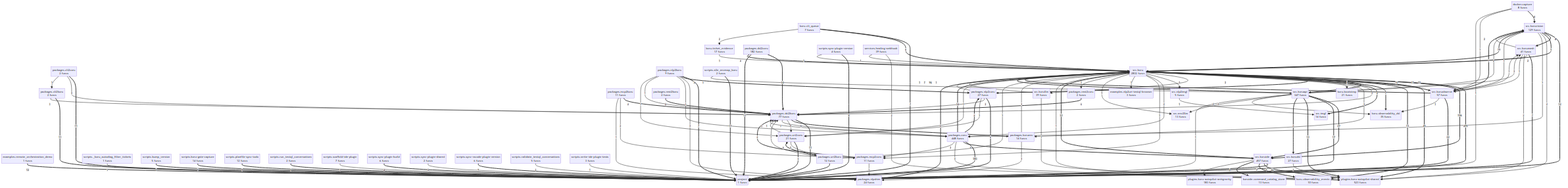
The Mermaid diagram project/compact_flow.png in semcod/koru, before a commit. Its source is kept beside it as project/compact_flow.mmd.
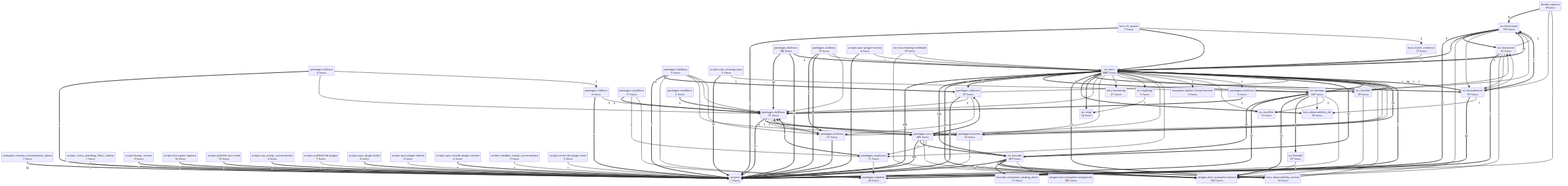
Above is the later version.

What changed in the source:
```diff
@@ -8,9 +8,9 @@
     koru__observability_events["koru.observability_events<br/>10 funcs"]
     koru__ticket_evidence["koru.ticket_evidence<br/>17 funcs"]
     koruide__command_catalog_store["koruide.command_catalog_store<br/>13 funcs"]
-    packages__cli2coru["packages.cli2coru<br/>2 funcs"]
-    packages__cli2koru["packages.cli2koru<br/>2 funcs"]
-    packages__coru["packages.coru<br/>448 funcs"]
+    packages__cli2coru["packages.cli2coru<br/>6 funcs"]
+    packages__cli2koru["packages.cli2koru<br/>6 funcs"]
+    packages__coru["packages.coru<br/>455 funcs"]
     packages__dsl2coru["packages.dsl2coru<br/>182 funcs"]
     packages__dsl2koru["packages.dsl2koru<br/>77 funcs"]
     packages__koruenv["packages.koruenv<br/>14 funcs"]
@@ -42,10 +42,10 @@
     services__healing_webhook["services.healing-webhook<br/>39 funcs"]
     src__env2llm["src.env2llm<br/>13 funcs"]
     src__imgl["src.imgl<br/>14 funcs"]
-    src__koru["src.koru<br/>2832 funcs"]
+    src__koru["src.koru<br/>2847 funcs"]
     src__koruapi["src.koruapi<br/>347 funcs"]
     src__korudsl["src.korudsl<br/>27 funcs"]
-    src__koruide["src.koruide<br/>457 funcs"]
+    src__koruide["src.koruide<br/>459 funcs"]
     src__korullm["src.korullm<br/>39 funcs"]
     src__korumesh["src.korumesh<br/>41 funcs"]
     src__koruobserve["src.koruobserve<br/>57 funcs"]
@@ -72,13 +72,14 @@
     examples__remote_orchestration_demo ==>|12| project
     src__koruvision ==>|12| project
     packages__dsl2koru ==>|11| project
-    packages__cli2koru ==>|11| project
     packages__dsl2coru ==>|11| project
-    packages__cli2coru ==>|11| project
     src__koru ==>|10| src__koruobserve
     src__koruide ==>|9| plugins__koru_autopilot_shared
     scripts__planfile_sync_todo ==>|9| project
     scripts__sync_vscode_plugin_version ==>|9| project
+    packages__cli2koru ==>|8| project
+    packages__cli2coru ==>|8| project
+    packages__uri2koru ==>|8| packages__uri2coru
     src__koruvision ==>|8| src__korumesh
     scripts__sync_plugin_version ==>|8| project
     packages__nlp2koru ==>|7| project
@@ -92,7 +93,6 @@
     packages__uri2coru ==>|6| project
     packages__nlpshim ==>|6| src__koru
     packages__uri2koru ==>|6| project
-    packages__uri2koru ==>|6| packages__uri2coru
     packages__nlp2coru ==>|6| project
     packages__coru ==>|6| src__koruide
     packages__rest2coru ==>|6| packages__dsl2koru
@@ -130,7 +130,6 @@
     scripts__sync_plugin_shared -->|3| project
     scripts__scaffold_ide_plugin -->|3| project
     scripts__validate_testql_conversations -->|3| project
-    packages__uri2coru -->|2| packages__uri2koru
     packages__mcp2koru -->|2| packages__mcp2coru
     packages__nlp2coru -->|2| packages__dsl2koru
     services__healing_webhook -->|2| plugins__koru_autopilot_shared
@@ -144,6 +143,7 @@
     src__koru -->|2| packages__coru
     packages__dsl2koru -->|1| packages__uri2coru
     packages__dsl2koru -->|1| packages__coru
+    packages__uri2coru -->|1| src__koru
     packages__uri2coru -->|1| packages__dsl2koru
     packages__mcp2coru -->|1| packages__nlpshim
     packages__cli2coru -->|1| packages__cli2koru
@@ -162,7 +162,6 @@
     src__koruapi -->|1| packages__nlpshim
     src__korullm -->|1| src__koru
     src__korullm -->|1| plugins__koru_autopilot_shared
-    src__koruvision -->|1| packages__coru
     src__koruvision -->|1| src__koruobserve
     src__korumesh -->|1| src__koruobserve
     src__nlp2imgl -->|1| src__imgl
@@ -179,4 +178,3 @@
     scripts__sync_plugin_version -->|1| src__koru
     scripts___koru_autodiag_filter_tickets -->|1| project
     scripts__e2e_envmap_koru -->|1| src__koruapi
-    packages__uri2coru -->|1| src__koru
```
